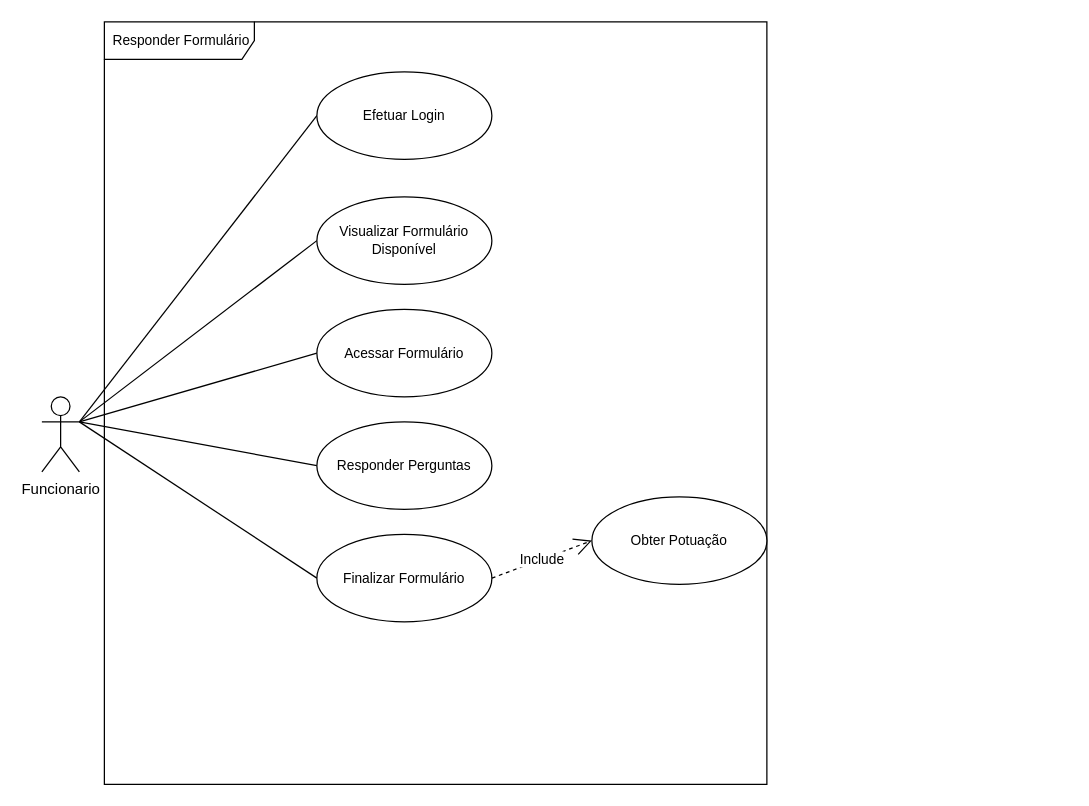
The draw.io diagram use-case-cadastro-funcionario.drawio in charlesYS/use-case-chillout, before the edit. Source tidied: cells renumbered, new cells numbered last; positions are measured from the earlier drawing's top-left corner, leaving out a move shared by most shapes. Both pictures are drawn from the tidied source at 125%, with x=0, y=0 at pixel (41, 21).
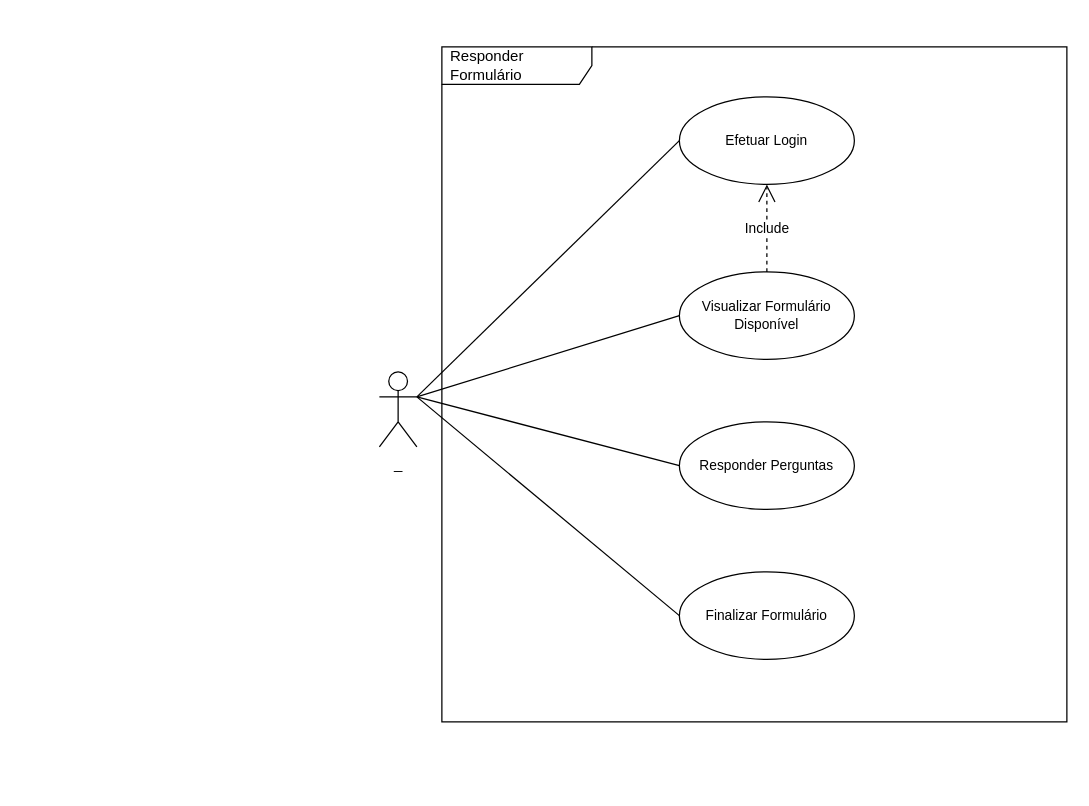
The same page after the edit.

Diff of the diagram source:
```diff
@@
 <mxGraphModel>
   <root>
     <mxCell id="0" />
     <mxCell id="1" parent="0" />
+    <mxCell id="8" value="Responder Formulário" style="shape=umlFrame;whiteSpace=wrap;html=1;width=120;height=30;boundedLbl=1;verticalAlign=middle;align=left;spacingLeft=5;" parent="1" vertex="1">
+      <mxGeometry x="320" y="20" width="500" height="540" as="geometry" />
+    </mxCell>
     <mxCell id="2" style="edgeStyle=none;shape=connector;rounded=0;jettySize=auto;html=1;exitX=1;exitY=0.3333333333333333;exitDx=0;exitDy=0;exitPerimeter=0;entryX=0;entryY=0.5;entryDx=0;entryDy=0;labelBackgroundColor=default;fontFamily=Helvetica;fontSize=11;fontColor=default;endArrow=none;strokeColor=default;" parent="1" edge="1" source="6" target="10">
       <mxGeometry relative="1" as="geometry" />
     </mxCell>
-    <mxCell id="3" style="edgeStyle=none;shape=connector;rounded=0;jettySize=auto;html=1;exitX=1;exitY=0.3333333333333333;exitDx=0;exitDy=0;exitPerimeter=0;entryX=0;entryY=0.5;entryDx=0;entryDy=0;labelBackgroundColor=default;fontFamily=Helvetica;fontSize=11;fontColor=default;endArrow=none;strokeColor=default;" parent="1" edge="1" source="6" target="11">
-      <mxGeometry relative="1" as="geometry" />
-    </mxCell>
-    <mxCell id="4" style="edgeStyle=none;shape=connector;rounded=0;jettySize=auto;html=1;exitX=1;exitY=0.3333333333333333;exitDx=0;exitDy=0;exitPerimeter=0;entryX=0;entryY=0.5;entryDx=0;entryDy=0;labelBackgroundColor=default;fontFamily=Helvetica;fontSize=11;fontColor=default;endArrow=none;strokeColor=default;" parent="1" edge="1" source="6" target="12">
-      <mxGeometry relative="1" as="geometry" />
-    </mxCell>
     <mxCell id="5" style="edgeStyle=none;shape=connector;rounded=0;jettySize=auto;html=1;exitX=1;exitY=0.3333333333333333;exitDx=0;exitDy=0;exitPerimeter=0;entryX=0;entryY=0.5;entryDx=0;entryDy=0;labelBackgroundColor=default;fontFamily=Helvetica;fontSize=11;fontColor=default;endArrow=none;strokeColor=default;" parent="1" edge="1" source="6" target="13">
       <mxGeometry relative="1" as="geometry" />
     </mxCell>
-    <mxCell id="6" value="Funcionario" style="shape=umlActor;verticalLabelPosition=bottom;verticalAlign=top;html=1;outlineConnect=0;" parent="1" vertex="1">
-      <mxGeometry y="300" width="30" height="60" as="geometry" />
+    <mxCell id="6" value="_" style="shape=umlActor;verticalLabelPosition=bottom;verticalAlign=top;html=1;outlineConnect=0;" parent="1" vertex="1">
+      <mxGeometry x="270" y="280" width="30" height="60" as="geometry" />
     </mxCell>
     <mxCell id="7" style="endArrow=none;html=1;rounded=0;entryX=1;entryY=0.3333333333333333;entryDx=0;entryDy=0;entryPerimeter=0;exitX=0;exitY=0.5;exitDx=0;exitDy=0;" parent="1" edge="1" source="9" target="6">
       <mxGeometry relative="1" as="geometry" />
     </mxCell>
-    <mxCell id="8" value="Responder Formulário" style="shape=umlFrame;whiteSpace=wrap;html=1;width=120;height=30;boundedLbl=1;verticalAlign=middle;align=left;spacingLeft=5;fontFamily=Helvetica;fontSize=11;fontColor=default;" parent="1" vertex="1">
-      <mxGeometry x="50" width="530" height="610" as="geometry" />
-    </mxCell>
     <mxCell id="9" value="Efetuar Login" style="ellipse;whiteSpace=wrap;html=1;fontFamily=Helvetica;fontSize=11;fontColor=default;" parent="1" vertex="1">
-      <mxGeometry x="220" y="40" width="140" height="70" as="geometry" />
+      <mxGeometry x="510" y="60" width="140" height="70" as="geometry" />
     </mxCell>
     <mxCell id="10" value="Visualizar Formulário Disponível" style="ellipse;whiteSpace=wrap;html=1;fontFamily=Helvetica;fontSize=11;fontColor=default;" parent="1" vertex="1">
-      <mxGeometry x="220" y="140" width="140" height="70" as="geometry" />
+      <mxGeometry x="510" y="200" width="140" height="70" as="geometry" />
     </mxCell>
-    <mxCell id="11" value="Acessar Formulário" style="ellipse;whiteSpace=wrap;html=1;fontFamily=Helvetica;fontSize=11;fontColor=default;" parent="1" vertex="1">
-      <mxGeometry x="220" y="230" width="140" height="70" as="geometry" />
-    </mxCell>
     <mxCell id="12" value="Responder Perguntas" style="ellipse;whiteSpace=wrap;html=1;fontFamily=Helvetica;fontSize=11;fontColor=default;" parent="1" vertex="1">
-      <mxGeometry x="220" y="320" width="140" height="70" as="geometry" />
+      <mxGeometry x="510" y="320" width="140" height="70" as="geometry" />
     </mxCell>
     <mxCell id="13" value="Finalizar Formulário" style="ellipse;whiteSpace=wrap;html=1;fontFamily=Helvetica;fontSize=11;fontColor=default;" parent="1" vertex="1">
-      <mxGeometry x="220" y="410" width="140" height="70" as="geometry" />
+      <mxGeometry x="510" y="440" width="140" height="70" as="geometry" />
     </mxCell>
-    <mxCell id="14" value="Obter Potuação" style="ellipse;whiteSpace=wrap;html=1;fontFamily=Helvetica;fontSize=11;fontColor=default;" parent="1" vertex="1">
-      <mxGeometry x="440" y="380" width="140" height="70" as="geometry" />
-    </mxCell>
-    <mxCell id="15" value="Include" style="endArrow=open;endSize=12;dashed=1;html=1;rounded=0;labelBackgroundColor=default;fontFamily=Helvetica;fontSize=11;fontColor=default;strokeColor=default;shape=connector;exitX=1;exitY=0.5;exitDx=0;exitDy=0;entryX=0;entryY=0.5;entryDx=0;entryDy=0;" parent="1" edge="1" source="13" target="14">
+    <mxCell id="15" value="Include" style="endArrow=open;endSize=12;dashed=1;html=1;rounded=0;entryX=0.5;entryY=1;entryDx=0;entryDy=0;exitX=0.5;exitY=0;exitDx=0;exitDy=0;" parent="1" edge="1" source="10" target="9">
       <mxGeometry relative="1" as="geometry" />
     </mxCell>
+    <mxCell id="4" style="endArrow=none;html=1;rounded=0;exitX=1;exitY=0.3333333333333333;exitDx=0;exitDy=0;exitPerimeter=0;entryX=0;entryY=0.5;entryDx=0;entryDy=0;" parent="1" edge="1" source="6" target="12">
+      <mxGeometry relative="1" as="geometry" />
+    </mxCell>
   </root>
 </mxGraphModel>
```
